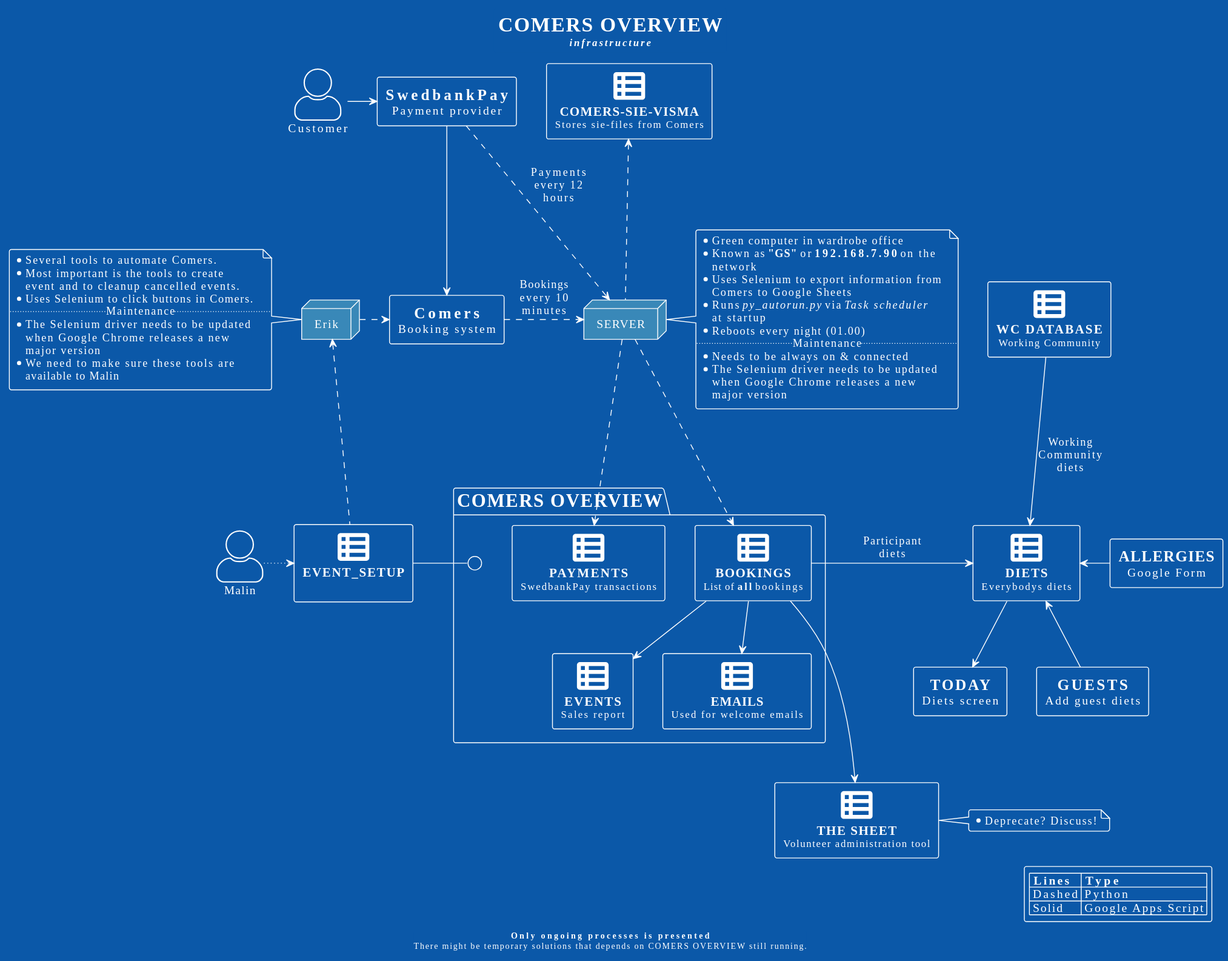
Above: docs/diagrams/out/overview.svg in begabba/docs-comers (PlantUML), before the change.
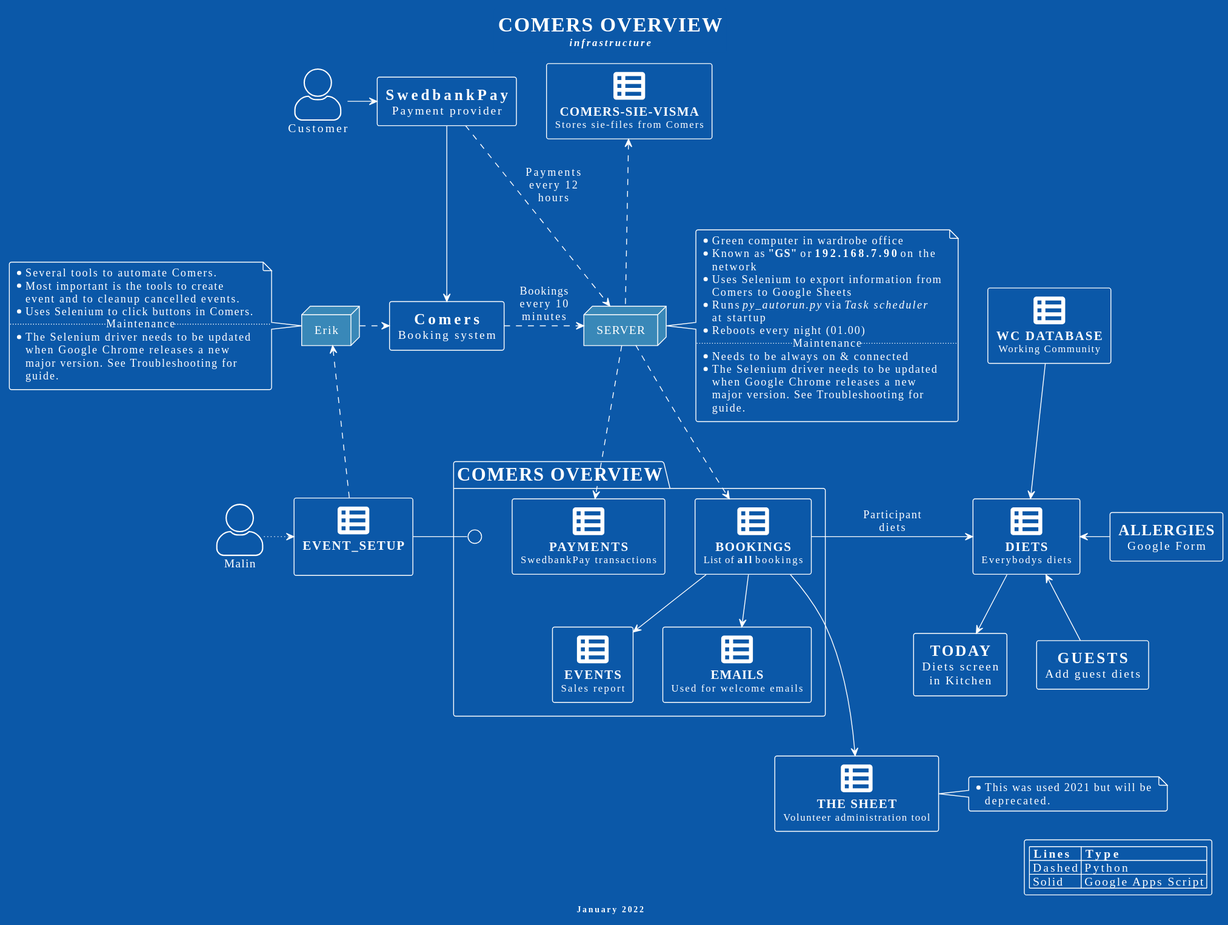
The same file after the commit.

What changed in the source:
```diff
@@ -16,7 +16,7 @@
 </style>
 
 title ==COMERS OVERVIEW\n<size:12>//infrastructure//</size>
-footer **Only ongoing processes is presented**\nThere might be temporary solutions that depends on COMERS OVERVIEW still running.
+footer **January 2022**
 legend right
 |= Lines|= Type |
 | Dashed | Python |
@@ -34,7 +34,7 @@
 package "COMERS OVERVIEW" {
   $Sheet(BOOKINGS, BOOKINGS,List of **all** bookings)
   $Sheet(EVENTS, EVENTS,Sales report)
-  $Sheet(EMAILS, EMAILS,Used for welcome emails)
+  $Sheet(EMAILS, EMAILS,"Used for welcome emails")
   $Sheet(PAYMENTS, PAYMENTS,SwedbankPay transactions)
   interface " " as LINK
 }
@@ -42,7 +42,7 @@
 rectangle "=Comers\nBooking system" as COMERS
 rectangle "=SwedbankPay\nPayment provider" as SWEDBANKPAY
 rectangle "=ALLERGIES\nGoogle Form" as ALLERGIES
-rectangle "=TODAY\nDiets screen" as TODAY
+rectangle "=TODAY\nDiets screen\nin Kitchen" as TODAY
 rectangle "=GUESTS\nAdd guest diets" as GUESTS
 node SERVER
 $Sheet(DIETS,DIETS,Everybodys diets)
@@ -50,7 +50,7 @@
 $Sheet(WCD,WC DATABASE,Working Community)
 $Sheet(THESHEET,THE SHEET,Volunteer administration tool)
 note right
-  * Deprecate? Discuss!
+  * This was used 2021 but will be deprecated.
 end note
 actor "Customer" as CUSTOMER
 actor "Malin" as MALIN
@@ -66,7 +66,7 @@
 BOOKINGS -down-> EVENTS
 BOOKINGS -down-> EMAILS
 BOOKINGS -right-> DIETS: Participant\ndiets
-WCD -down-> DIETS: Working\nCommunity\ndiets
+WCD -down-> DIETS
 ALLERGIES -left-> DIETS
 TODAY <-up- DIETS
 GUESTS -up-> DIETS
@@ -81,8 +81,7 @@
 *Most important is the tools to create event and to cleanup cancelled events.
 *Uses Selenium to click buttons in Comers.
 ..Maintenance..
-*The Selenium driver needs to be updated when Google Chrome releases a new major version
-*We need to make sure these tools are available to Malin
+*The Selenium driver needs to be updated when Google Chrome releases a new major version. See Troubleshooting for guide.
 end note
 note right of SERVER
 *Green computer in wardrobe office
@@ -92,6 +91,6 @@
 *Reboots every night (01.00)
 ..Maintenance..
 *Needs to be always on & connected
-*The Selenium driver needs to be updated when Google Chrome releases a new major version
+*The Selenium driver needs to be updated when Google Chrome releases a new major version. See Troubleshooting for guide.
 end note
 @enduml
```
